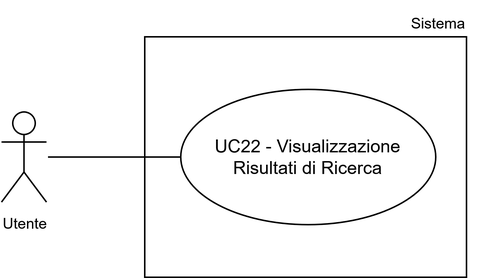
The draw.io diagram assets/uml/UC22.png in 7-ZPUs/Docs, before a commit. Source tidied: cells renumbered, new cells last; positions are measured from the earlier drawing's top-left corner, leaving out a move shared by most shapes.
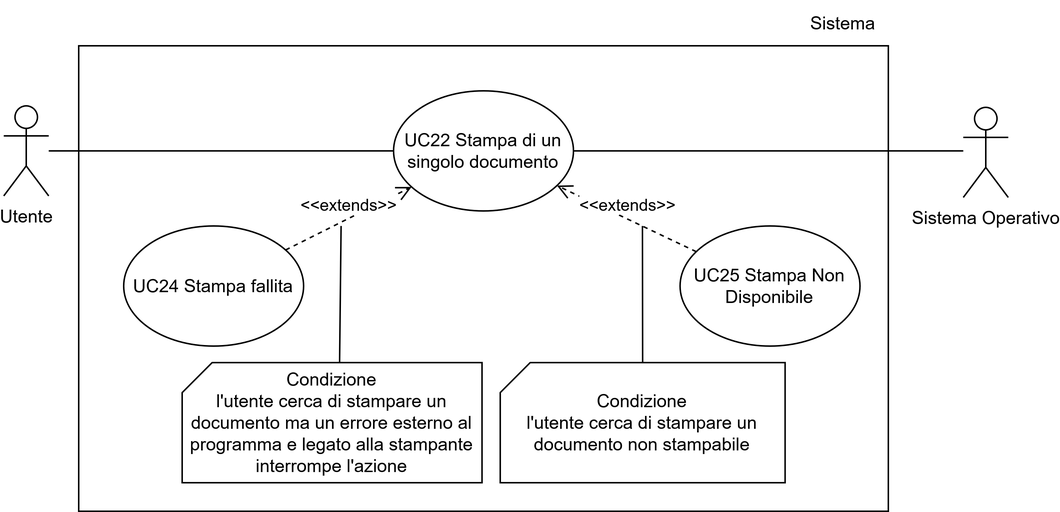
Above is the later version.

Change to the diagram source:
```diff
@@ -2,22 +2,56 @@
   <root>
     <mxCell id="0" />
     <mxCell id="1" parent="0" />
-    <mxCell id="2" style="whiteSpace=wrap;html=1;" parent="1" vertex="1">
-      <mxGeometry x="95" y="24" width="214.5" height="160" as="geometry" />
+    <mxCell id="2" style="rounded=0;whiteSpace=wrap;html=1;" parent="1" vertex="1">
+      <mxGeometry x="-140" y="-6918" width="540" height="310" as="geometry" />
     </mxCell>
-    <mxCell id="3" value="&lt;font style=&quot;font-size: 10px;&quot;&gt;Utente&lt;/font&gt;" style="shape=umlActor;verticalLabelPosition=bottom;verticalAlign=top;html=1;outlineConnect=0;" parent="1" vertex="1">
-      <mxGeometry x="-0.5" y="74" width="30" height="60" as="geometry" />
+    <mxCell id="3" value="Utente" style="shape=umlActor;verticalLabelPosition=bottom;verticalAlign=top;html=1;outlineConnect=0;" parent="1" vertex="1">
+      <mxGeometry x="-190" y="-6878" width="30" height="60" as="geometry" />
     </mxCell>
-    <mxCell id="4" style="endArrow=none;html=1;rounded=0;entryX=0;entryY=0.5;entryDx=0;entryDy=0;" parent="1" edge="1" target="6">
-      <mxGeometry relative="1" as="geometry">
-        <mxPoint x="30.5" y="104" as="sourcePoint" />
-      </mxGeometry>
+    <mxCell id="4" value="UC22 Stampa di un singolo documento" style="ellipse;whiteSpace=wrap;html=1;" parent="1" vertex="1">
+      <mxGeometry x="70" y="-6888" width="120" height="80" as="geometry" />
     </mxCell>
-    <mxCell id="5" value="Sistema" style="text;html=1;whiteSpace=wrap;strokeColor=none;fillColor=none;align=center;verticalAlign=middle;rounded=0;fontSize=10;" parent="1" vertex="1">
-      <mxGeometry x="261" width="60" height="30" as="geometry" />
+    <mxCell id="5" style="endArrow=none;html=1;rounded=0;" parent="1" edge="1" source="4" target="3">
+      <mxGeometry relative="1" as="geometry" />
     </mxCell>
-    <mxCell id="6" value="UC22 - Visualizzazione Risultati di Ricerca" style="ellipse;whiteSpace=wrap;html=1;" parent="1" vertex="1">
-      <mxGeometry x="119" y="59" width="170" height="90" as="geometry" />
+    <mxCell id="6" value="UC25 Stampa Non Disponibile" style="ellipse;whiteSpace=wrap;html=1;" parent="1" vertex="1">
+      <mxGeometry x="261.1" y="-6798" width="120" height="80" as="geometry" />
     </mxCell>
+    <mxCell id="7" value="&amp;lt;&amp;lt;extends&amp;gt;&amp;gt;" style="html=1;verticalAlign=bottom;endArrow=open;dashed=1;endSize=8;curved=0;rounded=0;endFill=0;" parent="1" edge="1" source="6" target="4">
+      <mxGeometry relative="1" as="geometry" />
+    </mxCell>
+    <mxCell id="8" style="endArrow=none;html=1;rounded=0;exitX=0.5;exitY=0;exitDx=0;exitDy=0;exitPerimeter=0;" parent="1" edge="1" source="16">
+      <mxGeometry relative="1" as="geometry">
+        <mxPoint x="236" y="-6798" as="targetPoint" />
+      </mxGeometry>
+    </mxCell>
+    <mxCell id="9" value="&lt;div&gt;Sistema Operativo&lt;/div&gt;" style="shape=umlActor;verticalLabelPosition=bottom;verticalAlign=top;html=1;" parent="1" vertex="1">
+      <mxGeometry x="450" y="-6877" width="30" height="60" as="geometry" />
+    </mxCell>
+    <mxCell id="10" style="endArrow=none;html=1;rounded=0;" parent="1" edge="1" source="4">
+      <mxGeometry relative="1" as="geometry">
+        <mxPoint x="450" y="-6848" as="targetPoint" />
+      </mxGeometry>
+    </mxCell>
+    <mxCell id="11" value="UC24 Stampa fallita" style="ellipse;whiteSpace=wrap;html=1;" parent="1" vertex="1">
+      <mxGeometry x="-110" y="-6798" width="120" height="80" as="geometry" />
+    </mxCell>
+    <mxCell id="12" value="&amp;lt;&amp;lt;extends&amp;gt;&amp;gt;" style="html=1;verticalAlign=bottom;endArrow=open;dashed=1;endSize=8;curved=0;rounded=0;endFill=0;" parent="1" edge="1" source="11" target="4">
+      <mxGeometry relative="1" as="geometry" />
+    </mxCell>
+    <mxCell id="13" value="&lt;br&gt;&lt;div&gt;&lt;div&gt;Condizione&lt;/div&gt;&lt;div&gt;l'utente cerca di stampare un documento ma un errore esterno al programma e legato alla stampante interrompe l'azione&lt;/div&gt;&lt;br&gt;&lt;/div&gt;" style="shape=card;whiteSpace=wrap;html=1;size=20;" parent="1" vertex="1">
+      <mxGeometry x="-71" y="-6707" width="200" height="80" as="geometry" />
+    </mxCell>
+    <mxCell id="14" style="endArrow=none;html=1;rounded=0;exitX=0;exitY=0;exitDx=105;exitDy=0;exitPerimeter=0;" parent="1" edge="1" source="13">
+      <mxGeometry relative="1" as="geometry">
+        <mxPoint x="35" y="-6798" as="targetPoint" />
+      </mxGeometry>
+    </mxCell>
+    <mxCell id="15" value="&lt;div&gt;Sistema&lt;/div&gt;" style="text;html=1;whiteSpace=wrap;strokeColor=none;fillColor=none;align=center;verticalAlign=middle;rounded=0;" parent="1" vertex="1">
+      <mxGeometry x="335" y="-6948" width="70" height="30" as="geometry" />
+    </mxCell>
+    <mxCell id="16" value="&lt;div&gt;Condizione&lt;/div&gt;&lt;div&gt;l'utente cerca di stampare un documento non stampabile&lt;/div&gt;" style="shape=card;whiteSpace=wrap;html=1;size=20;" parent="1" vertex="1">
+      <mxGeometry x="141.1" y="-6707" width="190" height="80" as="geometry" />
+    </mxCell>
   </root>
 </mxGraphModel>
```
